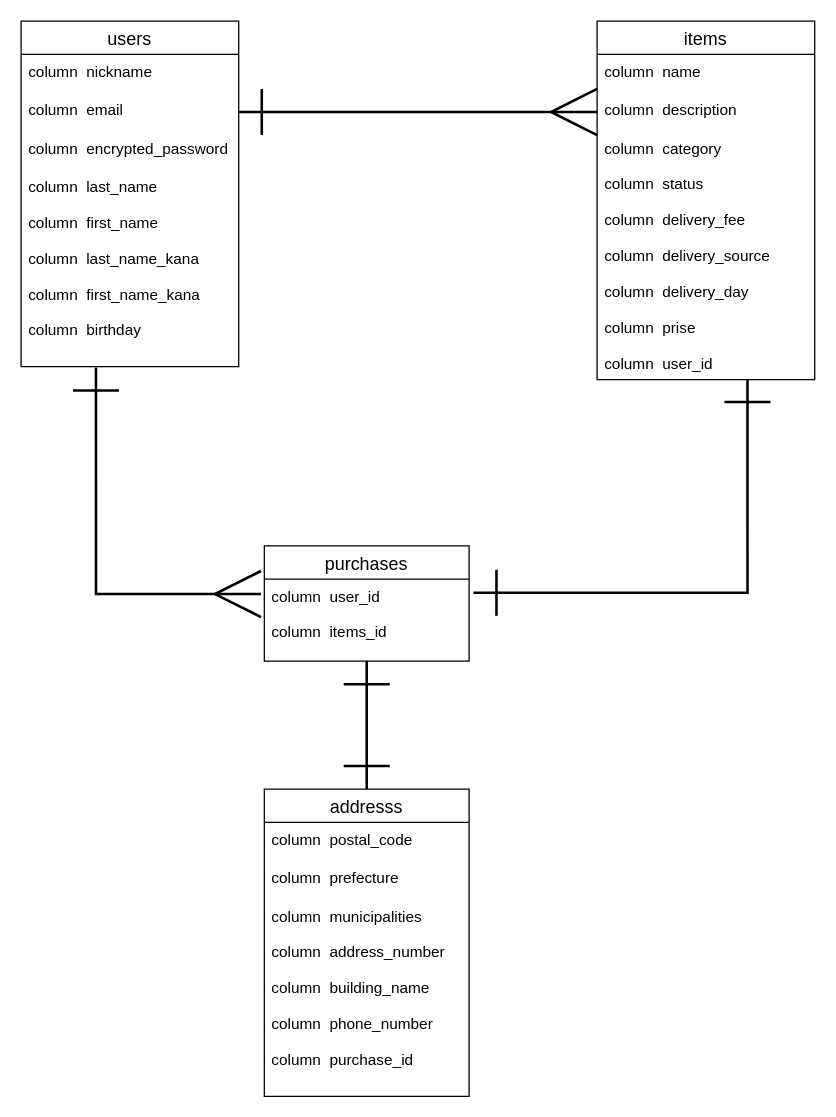
yuyajam1313/furima-34408 keeps this draw.io diagram as ER.dio. Above is the earlier version. Source tidied: cells renumbered, new cells numbered last; positions are measured from the earlier drawing's top-left corner, leaving out a move shared by most shapes. Both pictures are drawn from the tidied source at 128%, with x=0, y=0 at pixel (20, 20).
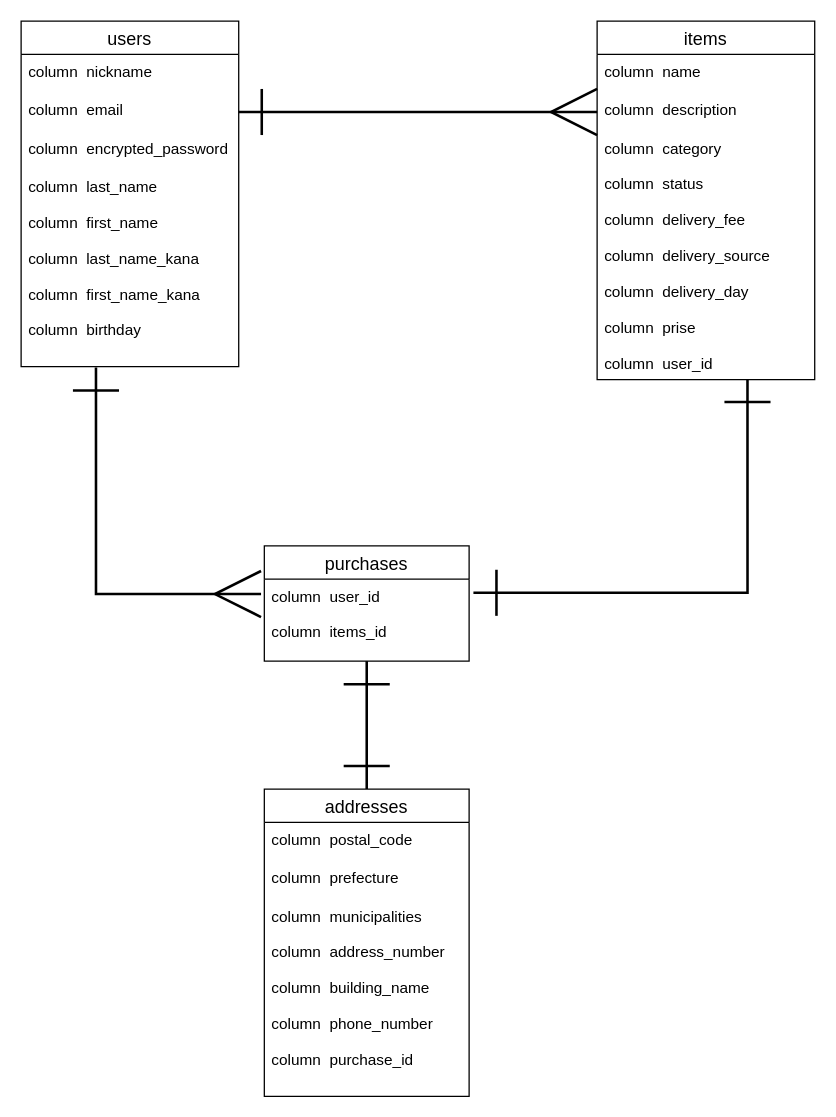
The same page after the edit.

Commit message (it also covers changes not shown here):
5回目の修正

Change to the diagram source:
```diff
@@
-    <mxCell id="17" value="addresss" style="swimlane;fontStyle=0;horizontal=1;startSize=26;align=center;fontSize=14;" parent="1" vertex="1">
+    <mxCell id="17" value="addresses" style="swimlane;fontStyle=0;horizontal=1;startSize=26;align=center;fontSize=14;" parent="1" vertex="1">
       <mxGeometry x="190" y="600" width="160" height="240" as="geometry" />
     </mxCell>
```
